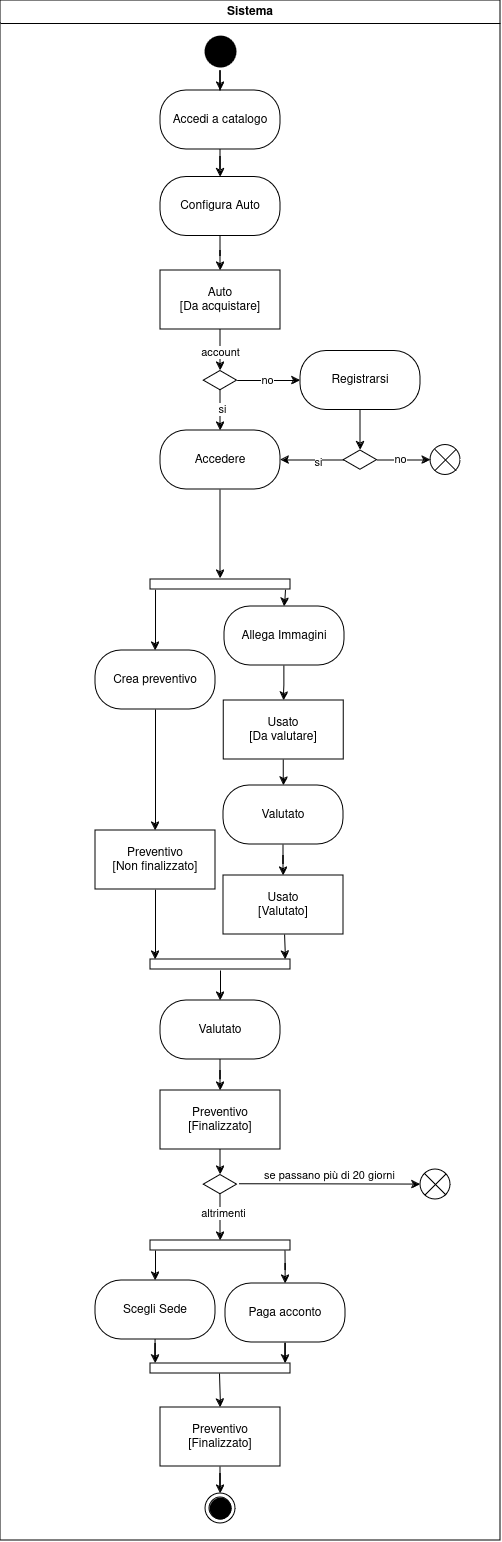
Before: relazione/immagini/diagramma di attività.png, a diagram exported from draw.io (mp97dev/cauto). Source tidied: cells renumbered, new cells last; positions are measured from the earlier drawing's top-left corner, leaving out a move shared by most shapes.
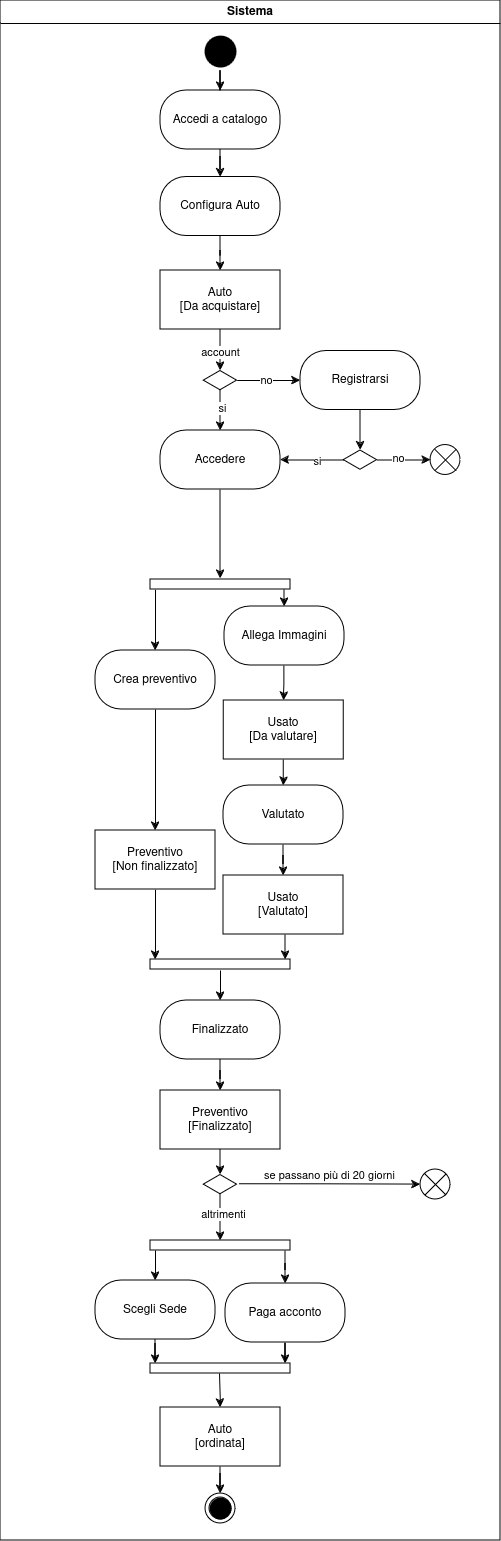
Later version of the same file.

Diff of the diagram source:
```diff
@@ -157,7 +157,7 @@
     <mxCell id="50" value="&lt;div&gt;Usato&lt;/div&gt;&lt;div&gt;[Da valutare]&lt;br&gt;&lt;/div&gt;" style="rounded=1;whiteSpace=wrap;html=1;arcSize=0;" parent="27" vertex="1">
       <mxGeometry x="223.3" y="700" width="120" height="59" as="geometry" />
     </mxCell>
-    <mxCell id="51" value="Valutato" style="rounded=1;whiteSpace=wrap;html=1;arcSize=44;" parent="27" vertex="1">
+    <mxCell id="51" value="Finalizzato" style="rounded=1;whiteSpace=wrap;html=1;arcSize=44;" parent="27" vertex="1">
       <mxGeometry x="160" y="1000" width="120" height="59" as="geometry" />
     </mxCell>
     <mxCell id="52" value="&lt;div&gt;Preventivo&lt;/div&gt;&lt;div&gt;[Finalizzato]&lt;br&gt;&lt;/div&gt;" style="rounded=1;whiteSpace=wrap;html=1;arcSize=0;" parent="27" vertex="1">
@@ -198,7 +198,7 @@
     <mxCell id="63" style="edgeStyle=orthogonalEdgeStyle;rounded=0;jettySize=auto;html=1;entryX=0;entryY=0;entryDx=0;entryDy=5;entryPerimeter=0;" parent="27" edge="1" source="60" target="62">
       <mxGeometry relative="1" as="geometry" />
     </mxCell>
-    <mxCell id="64" value="&lt;div&gt;Preventivo&lt;/div&gt;&lt;div&gt;[Finalizzato]&lt;br&gt;&lt;/div&gt;" style="rounded=1;whiteSpace=wrap;html=1;arcSize=0;" parent="27" vertex="1">
+    <mxCell id="64" value="&lt;div&gt;Auto&lt;/div&gt;&lt;div&gt;[ordinata]&lt;br&gt;&lt;/div&gt;" style="rounded=1;whiteSpace=wrap;html=1;arcSize=0;" parent="27" vertex="1">
       <mxGeometry x="160" y="1407" width="120" height="59" as="geometry" />
     </mxCell>
     <mxCell id="65" style="rounded=0;jettySize=auto;html=1;entryX=0.5;entryY=0;entryDx=0;entryDy=0;" parent="27" edge="1" target="64">
```
